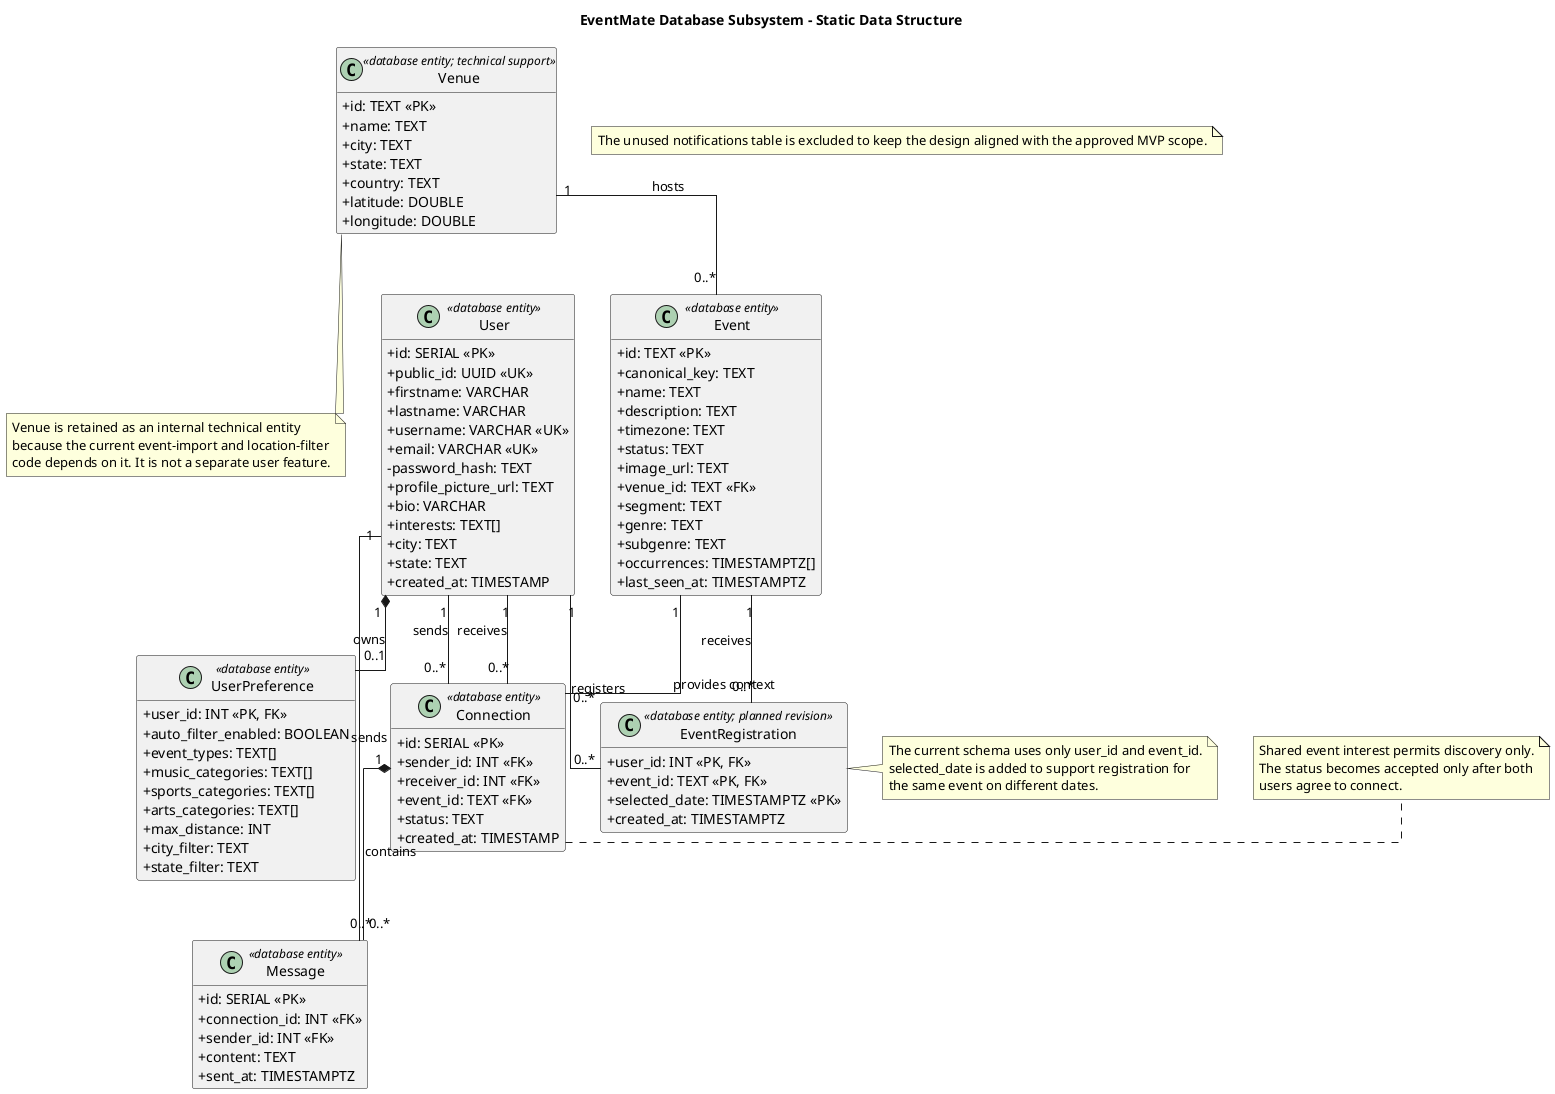
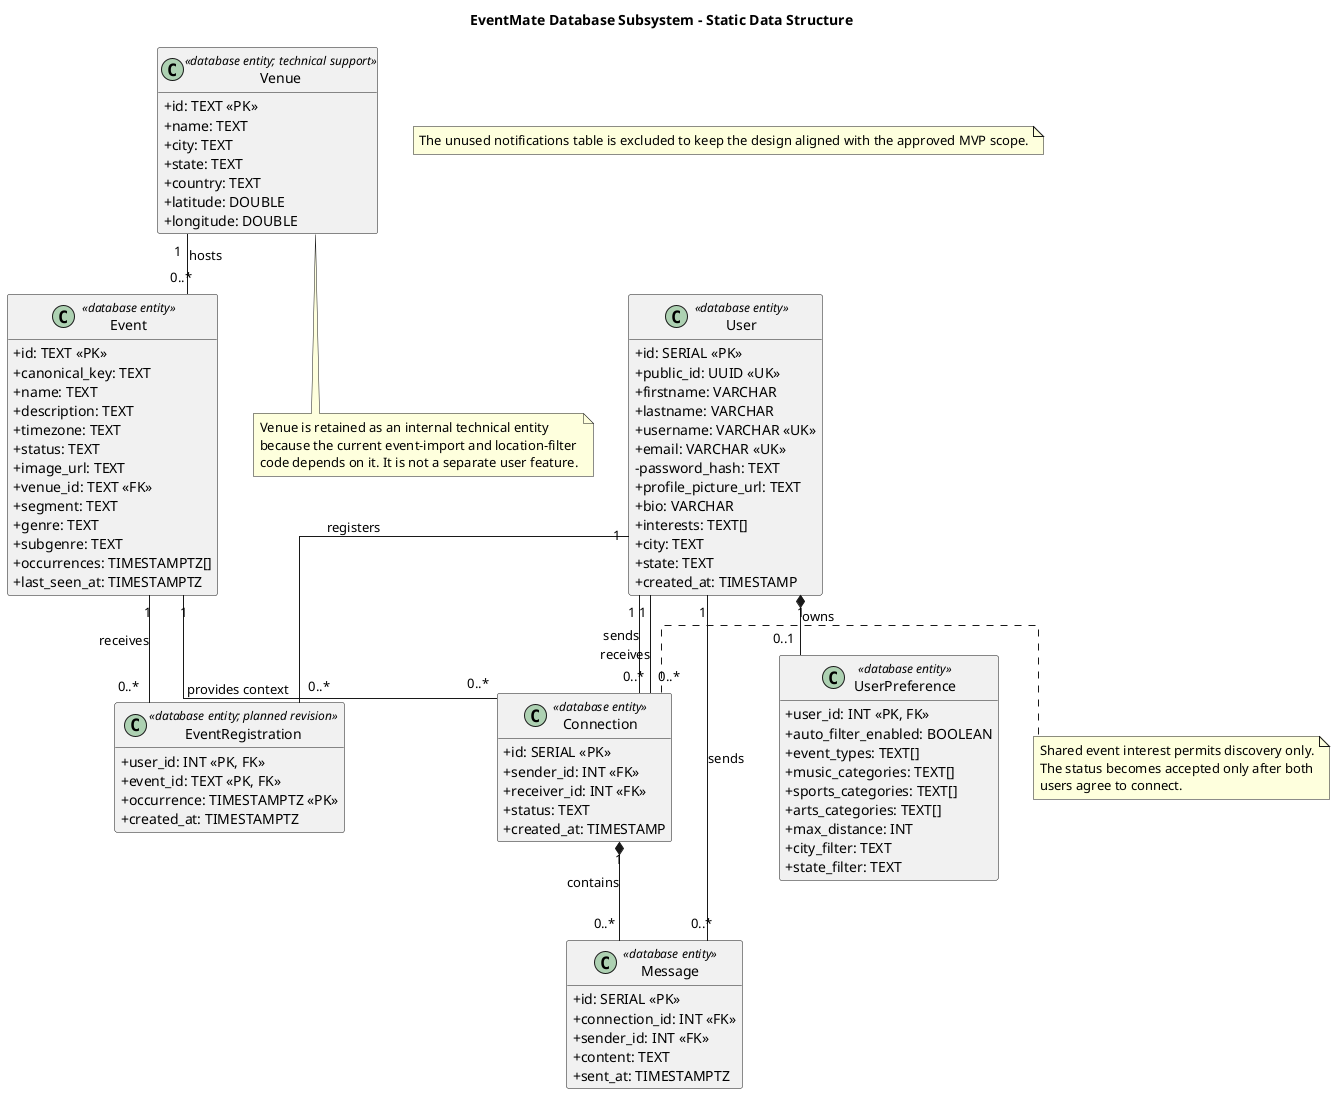
@startuml
title EventMate Database Subsystem - Static Data Structure

skinparam classAttributeIconSize 0
skinparam shadowing false
skinparam linetype ortho
hide methods

class User <<database entity>> {
    +id: SERIAL <<PK>>
    +public_id: UUID <<UK>>
    +firstname: VARCHAR
    +lastname: VARCHAR
    +username: VARCHAR <<UK>>
    +email: VARCHAR <<UK>>
    -password_hash: TEXT
    +profile_picture_url: TEXT
    +bio: VARCHAR
    +interests: TEXT[]
    +city: TEXT
    +state: TEXT
    +created_at: TIMESTAMP
}

class UserPreference <<database entity>> {
    +user_id: INT <<PK, FK>>
    +auto_filter_enabled: BOOLEAN
    +event_types: TEXT[]
    +music_categories: TEXT[]
    +sports_categories: TEXT[]
    +arts_categories: TEXT[]
    +max_distance: INT
    +city_filter: TEXT
    +state_filter: TEXT
}

class Venue <<database entity; technical support>> {
    +id: TEXT <<PK>>
    +name: TEXT
    +city: TEXT
    +state: TEXT
    +country: TEXT
    +latitude: DOUBLE
    +longitude: DOUBLE
}

class Event <<database entity>> {
    +id: TEXT <<PK>>
    +canonical_key: TEXT
    +name: TEXT
    +description: TEXT
    +timezone: TEXT
    +status: TEXT
    +image_url: TEXT
    +venue_id: TEXT <<FK>>
    +segment: TEXT
    +genre: TEXT
    +subgenre: TEXT
    +occurrences: TIMESTAMPTZ[]
    +last_seen_at: TIMESTAMPTZ
}

class EventRegistration <<database entity; planned revision>> {
    +user_id: INT <<PK, FK>>
    +event_id: TEXT <<PK, FK>>
-     +selected_date: TIMESTAMPTZ <<PK>>
+     +occurrence: TIMESTAMPTZ <<PK>>
    +created_at: TIMESTAMPTZ
}

class Connection <<database entity>> {
    +id: SERIAL <<PK>>
    +sender_id: INT <<FK>>
    +receiver_id: INT <<FK>>
-     +event_id: TEXT <<FK>>
    +status: TEXT
    +created_at: TIMESTAMP
}

class Message <<database entity>> {
    +id: SERIAL <<PK>>
    +connection_id: INT <<FK>>
    +sender_id: INT <<FK>>
    +content: TEXT
    +sent_at: TIMESTAMPTZ
}

User "1" *-- "0..1" UserPreference : owns
User "1" -- "0..*" EventRegistration : registers
Event "1" -- "0..*" EventRegistration : receives
Venue "1" -- "0..*" Event : hosts
User "1" -- "0..*" Connection : sends
User "1" -- "0..*" Connection : receives
Event "1" -- "0..*" Connection : provides context
Connection "1" *-- "0..*" Message : contains
User "1" -- "0..*" Message : sends

- note right of EventRegistration
- The current schema uses only user_id and event_id.
- selected_date is added to support registration for
- the same event on different dates.
- end note
- 
note right of Connection
Shared event interest permits discovery only.
The status becomes accepted only after both
users agree to connect.
end note

note bottom of Venue
Venue is retained as an internal technical entity
because the current event-import and location-filter
code depends on it. It is not a separate user feature.
end note

note "The unused notifications table is excluded to keep the design aligned with the approved MVP scope." as N1

@enduml
